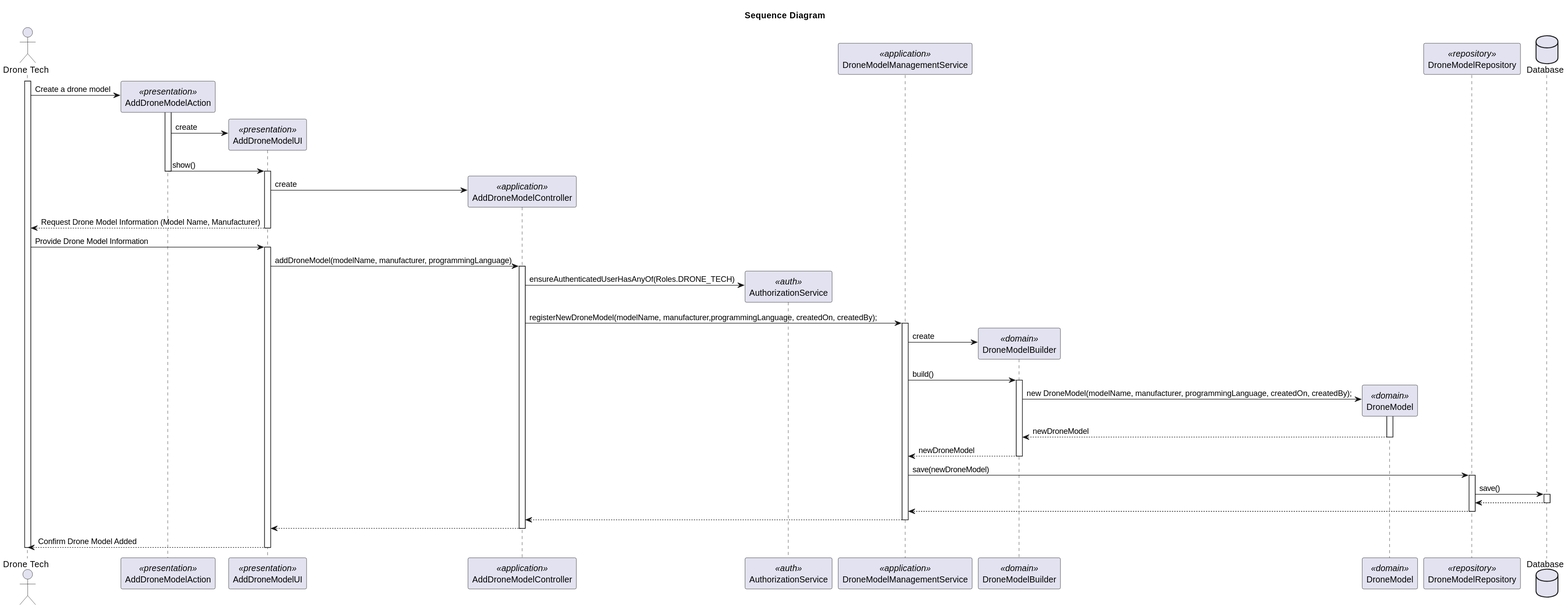
Earlier version of the PlantUML export docs/Sprint2/us_240/images/sequence-diagram-US240.svg (rubenFreitas1/ISEP-LAPR4-2024-2025).
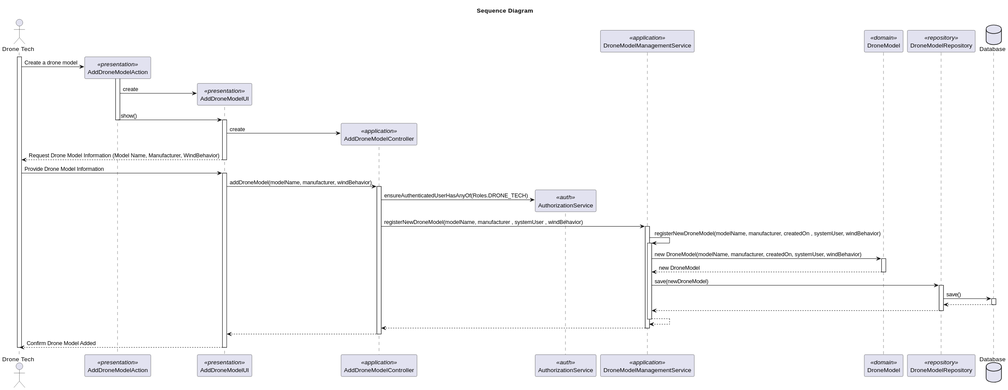
Above is the later version.

The edit, as a diff of the source:
```diff
@@ -7,7 +7,6 @@
 participant "AddDroneModelController" as Controller <<application>>
 participant "AuthorizationService" as AuthorizationService <<auth>>
 participant "DroneModelManagementService" as DroneModelManagementService <<application>>
-participant "DroneModelBuilder" as DroneModelBuilder <<domain>>
 participant "DroneModel" as DroneModel <<domain>>
 participant "DroneModelRepository" as DroneModelRepository <<repository>>
 database "Database" as Database
@@ -26,7 +25,7 @@
 
 UI -> Controller** : create
 
-UI --> Actor: Request Drone Model Information (Model Name, Manufacturer)
+UI --> Actor: Request Drone Model Information (Model Name, Manufacturer, WindBehavior)
 deactivate UI
 
 Actor -> UI: Provide Drone Model Information
@@ -34,30 +33,25 @@
 
     activate UI
 
-        UI -> Controller : addDroneModel(modelName, manufacturer, programmingLanguage)
+        UI -> Controller : addDroneModel(modelName, manufacturer, windBehavior)
             activate Controller
 
                 Controller -> AuthorizationService** : ensureAuthenticatedUserHasAnyOf(Roles.DRONE_TECH)
 
                 deactivate AuthorizationService
 
-                Controller -> DroneModelManagementService : registerNewDroneModel(modelName, manufacturer,programmingLanguage, createdOn, createdBy);
+                Controller -> DroneModelManagementService : registerNewDroneModel(modelName, manufacturer , systemUser , windBehavior)
                 activate DroneModelManagementService
 
-                    DroneModelManagementService -> DroneModelBuilder** : create
-                    DroneModelManagementService -> DroneModelBuilder : build()
-                    activate DroneModelBuilder
+                    DroneModelManagementService -> DroneModelManagementService : registerNewDroneModel(modelName, manufacturer, createdOn , systemUser, windBehavior)
+                        activate DroneModelManagementService
 
-                        DroneModelBuilder -> DroneModel**: new DroneModel(modelName, manufacturer, programmingLanguage, createdOn, createdBy);
+                            DroneModelManagementService -> DroneModel: new DroneModel(modelName, manufacturer, createdOn, systemUser, windBehavior)
+                                activate DroneModel
 
-                         activate DroneModel
 
-                         DroneModel --> DroneModelBuilder : newDroneModel
-                         deactivate DroneModel
-
-                          DroneModelBuilder --> DroneModelManagementService : newDroneModel
-
-                    deactivate DroneModelBuilder
+                                    DroneModel --> DroneModelManagementService: new DroneModel
+                                deactivate DroneModel
 
 
                     DroneModelManagementService -> DroneModelRepository : save(newDroneModel)
@@ -72,6 +66,8 @@
 
                              DroneModelRepository --> DroneModelManagementService
                     deactivate DroneModelRepository
+                        DroneModelManagementService --> DroneModelManagementService
+                    deactivate DroneModelManagementService
 
                     DroneModelManagementService --> Controller
                 deactivate DroneModelManagementService
```
